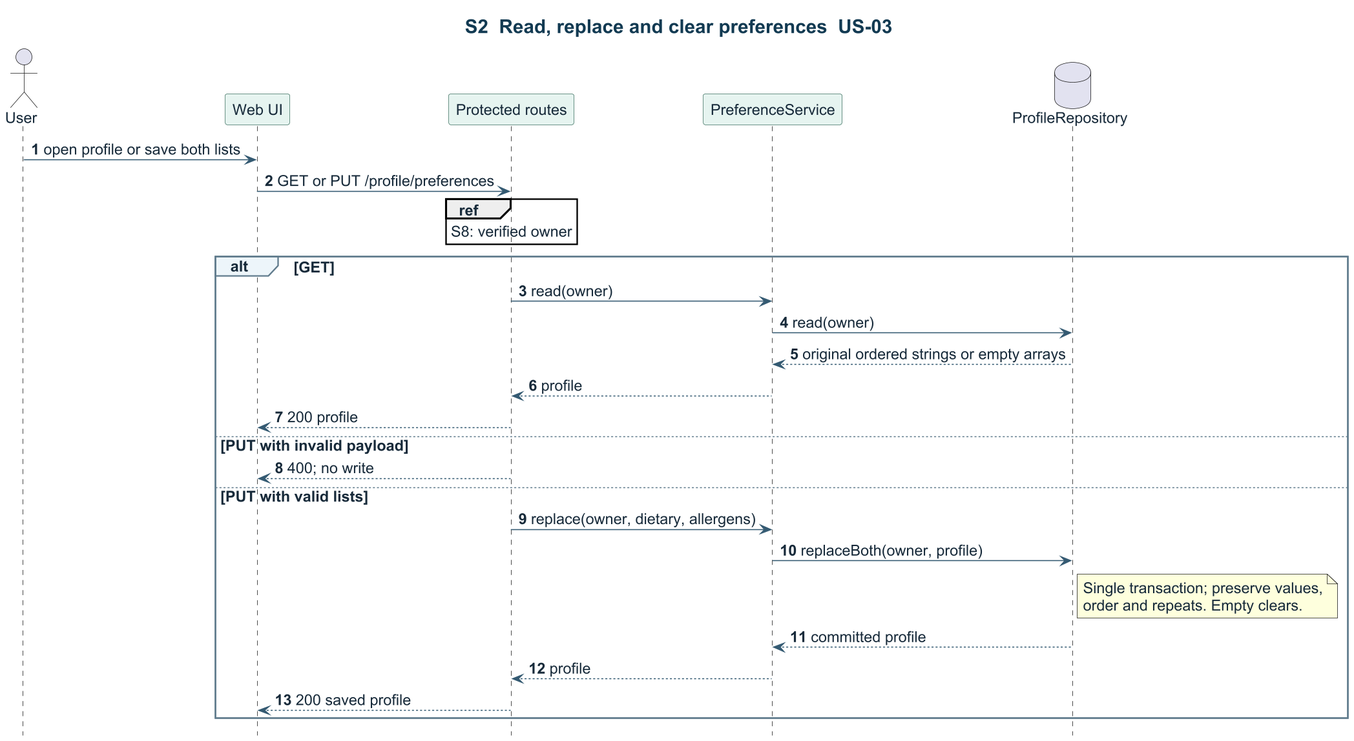
Earlier version of the PlantUML export docs/design/sequence/preferences.png (SarpCizer/CMPE331-Project). The source it was exported from:
```plantuml
@startuml
title S2  Read, replace and clear preferences  US-03
skinparam backgroundColor #FFFFFF
skinparam defaultFontName Arial
skinparam defaultFontColor #172A3A
skinparam defaultFontSize 15
skinparam ArrowColor #345A72
skinparam Shadowing false
skinparam dpi 150
skinparam TitleFontColor #123A52
skinparam TitleFontSize 19
skinparam ClassBackgroundColor #EDF5FA
skinparam ClassBorderColor #456F89
skinparam ComponentBackgroundColor #EDF5FA
skinparam ComponentBorderColor #456F89
skinparam PackageBorderColor #456F89
skinparam ParticipantBackgroundColor #E6F4F0
skinparam ParticipantBorderColor #417364
skinparam SequenceGroupBackgroundColor #EDF5FA
skinparam SequenceGroupBorderColor #617C8D
hide footbox
autonumber
actor User
participant "Web UI" as UI
participant "Protected routes" as API
participant PreferenceService as Pref
database "ProfileRepository" as Store
User -> UI : open profile or save both lists
UI -> API : GET or PUT /profile/preferences
ref over API : S8: verified owner
alt GET
  API -> Pref : read(owner)
  Pref -> Store : read(owner)
  Store --> Pref : original ordered strings or empty arrays
  Pref --> API : profile
  API --> UI : 200 profile
else PUT with invalid payload
  API --> UI : 400; no write
else PUT with valid lists
  API -> Pref : replace(owner, dietary, allergens)
  Pref -> Store : replaceBoth(owner, profile)
  note right of Store
    Single transaction; preserve values,
    order and repeats. Empty clears.
  end note
  Store --> Pref : committed profile
  Pref --> API : profile
  API --> UI : 200 saved profile
end
@enduml
```
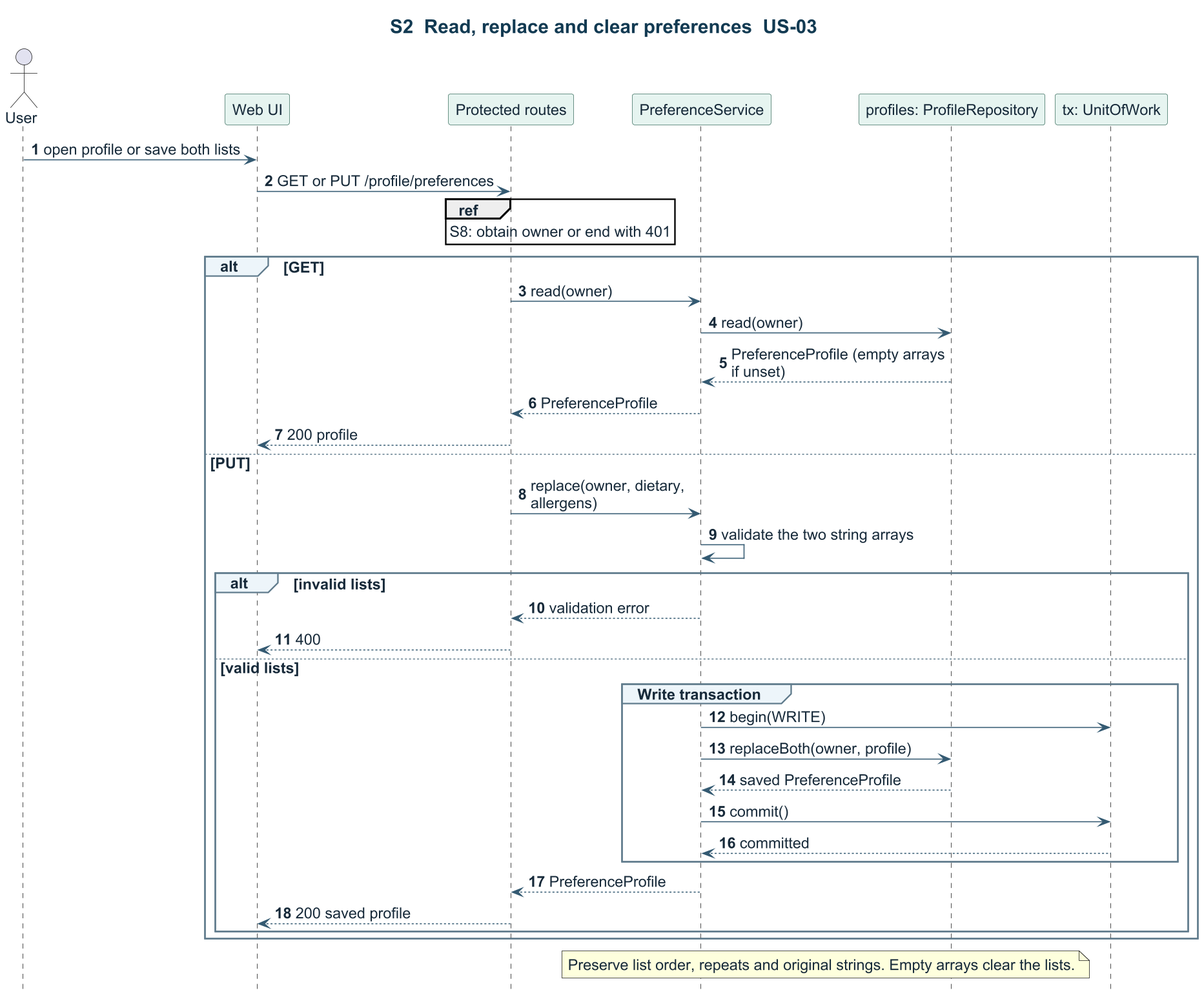
Later version of the same file.

Change to the diagram source:
```diff
@@ -20,31 +20,40 @@
 skinparam SequenceGroupBorderColor #617C8D
 hide footbox
 autonumber
+skinparam maxMessageSize 220
 actor User
 participant "Web UI" as UI
 participant "Protected routes" as API
+
 participant PreferenceService as Pref
-database "ProfileRepository" as Store
+participant "profiles: ProfileRepository" as Profiles
+participant "tx: UnitOfWork" as Tx
 User -> UI : open profile or save both lists
 UI -> API : GET or PUT /profile/preferences
-ref over API : S8: verified owner
+ref over API : S8: obtain owner or end with 401
 alt GET
   API -> Pref : read(owner)
-  Pref -> Store : read(owner)
-  Store --> Pref : original ordered strings or empty arrays
-  Pref --> API : profile
+  Pref -> Profiles : read(owner)
+  Profiles --> Pref : PreferenceProfile (empty arrays if unset)
+  Pref --> API : PreferenceProfile
   API --> UI : 200 profile
-else PUT with invalid payload
-  API --> UI : 400; no write
-else PUT with valid lists
+else PUT
   API -> Pref : replace(owner, dietary, allergens)
-  Pref -> Store : replaceBoth(owner, profile)
-  note right of Store
-    Single transaction; preserve values,
-    order and repeats. Empty clears.
-  end note
-  Store --> Pref : committed profile
-  Pref --> API : profile
-  API --> UI : 200 saved profile
+  Pref -> Pref : validate the two string arrays
+  alt invalid lists
+    Pref --> API : validation error
+    API --> UI : 400
+  else valid lists
+    group Write transaction
+      Pref -> Tx : begin(WRITE)
+      Pref -> Profiles : replaceBoth(owner, profile)
+      Profiles --> Pref : saved PreferenceProfile
+      Pref -> Tx : commit()
+      Tx --> Pref : committed
+    end
+    Pref --> API : PreferenceProfile
+    API --> UI : 200 saved profile
+  end
 end
+note over Pref, Profiles : Preserve list order, repeats and original strings. Empty arrays clear the lists.
 @enduml
```
